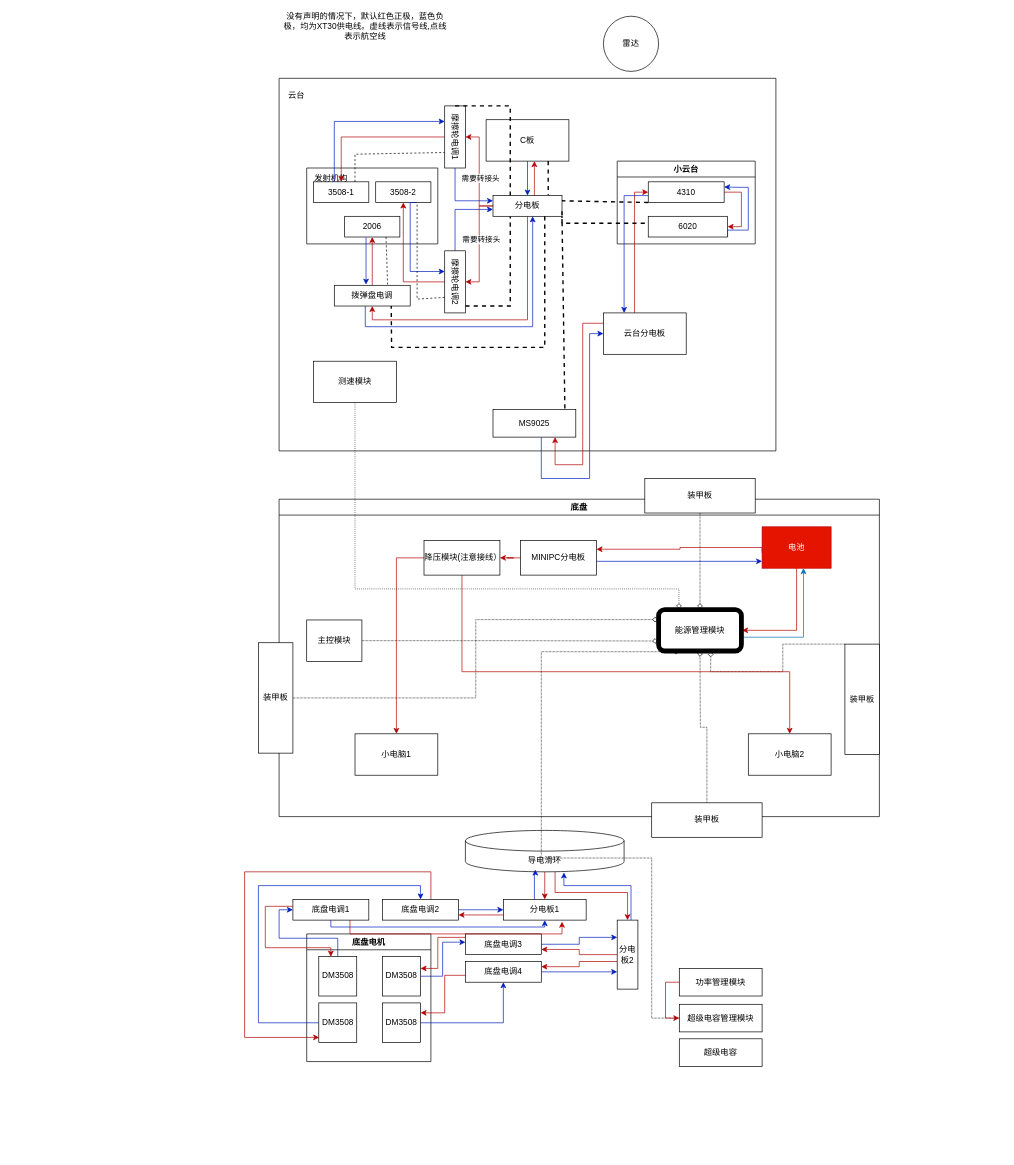
Earlier version of the draw.io diagram 步兵接线图.drawio (moment-NEW/HDU_basic_framework). Source tidied: cells renumbered, new cells numbered last; positions are measured from the earlier drawing's top-left corner, leaving out a move shared by most shapes. Both pictures are drawn from the tidied source at 69%, with x=0, y=0 at pixel (244, 16).
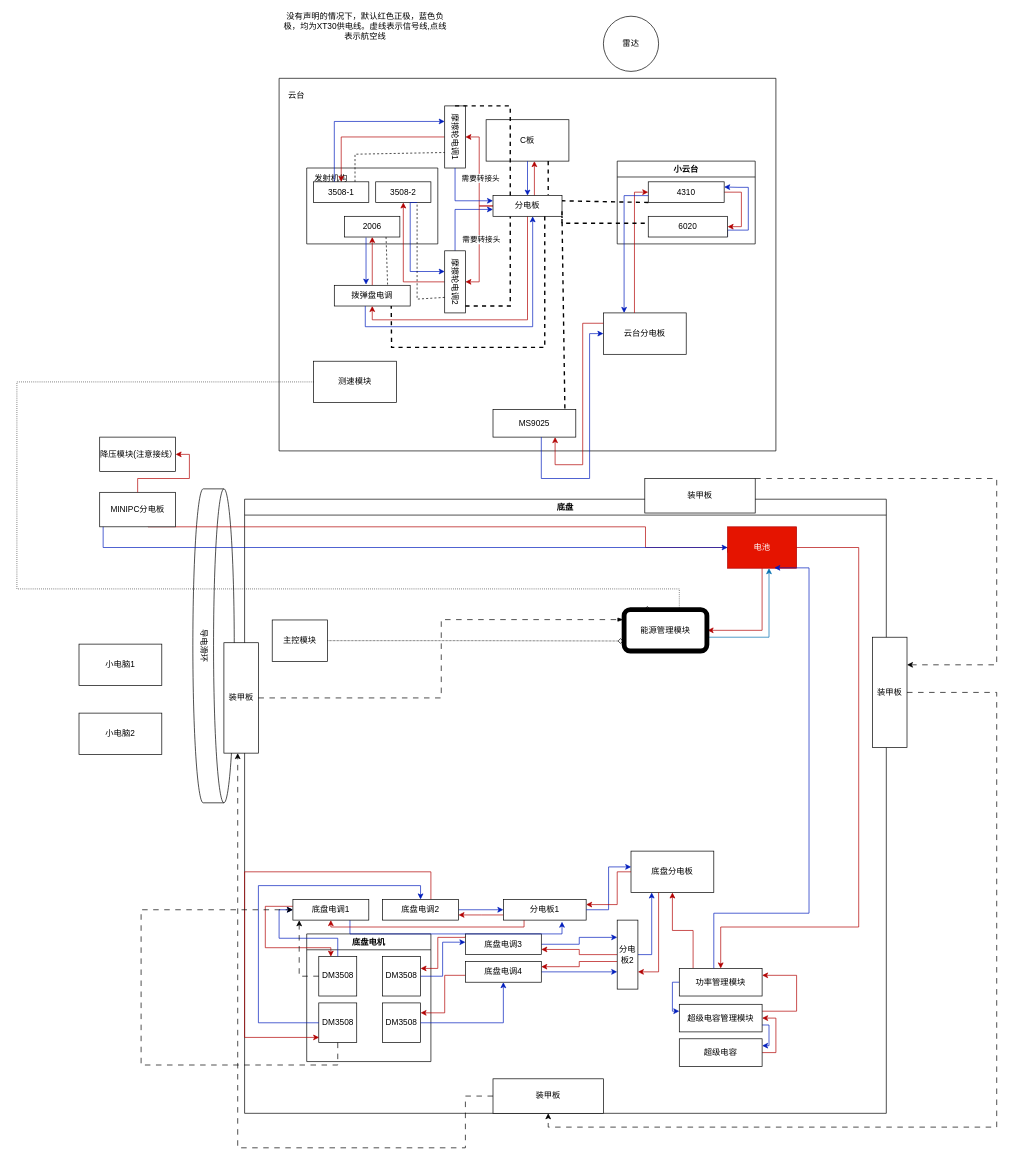
The same diagram, later.

Commit message (it also covers changes not shown here):
更新步兵接线图.drawio

The change refers to these unchanged cells:
```xml
<mxCell id="34" value="测速模块" style="whiteSpace=wrap;html=1;" parent="5" vertex="1">
  <mxGeometry x="50" y="410" width="120" height="60" as="geometry" />
</mxCell>
<mxCell id="58" value="电池" style="whiteSpace=wrap;html=1;fillColor=#e51400;fontColor=#ffffff;strokeColor=#B20000;" parent="55" vertex="1">
  <mxGeometry x="700" y="40" width="100" height="60" as="geometry" />
</mxCell>
<mxCell id="63" value="能源管理模块" style="rounded=1;whiteSpace=wrap;html=1;glass=0;strokeWidth=7;perimeterSpacing=1;" parent="55" vertex="1">
  <mxGeometry x="550" y="160" width="120" height="60" as="geometry" />
</mxCell>
<mxCell id="69" value="装甲板" style="whiteSpace=wrap;html=1;" parent="55" vertex="1">
  <mxGeometry x="-30" y="208" width="50" height="160" as="geometry" />
</mxCell>
<mxCell id="78" value="装甲板" style="whiteSpace=wrap;html=1;" parent="1" vertex="1">
  <mxGeometry x="580" y="670" width="160" height="50" as="geometry" />
</mxCell>
<mxCell id="81" value="DM3508" style="whiteSpace=wrap;html=1;" parent="80" vertex="1">
  <mxGeometry x="17.5" y="32.5" width="55" height="57.5" as="geometry" />
</mxCell>
<mxCell id="83" value="DM3508" style="whiteSpace=wrap;html=1;" parent="80" vertex="1">
  <mxGeometry x="17.5" y="100" width="55" height="57.5" as="geometry" />
</mxCell>
<mxCell id="95" value="底盘电调1" style="whiteSpace=wrap;html=1;" parent="1" vertex="1">
  <mxGeometry x="70" y="1280" width="110" height="30" as="geometry" />
</mxCell>
<mxCell id="102" value="分电板2" style="whiteSpace=wrap;html=1;" parent="1" vertex="1">
  <mxGeometry x="540" y="1310" width="30" height="100" as="geometry" />
</mxCell>
<mxCell id="107" value="分电板1" style="whiteSpace=wrap;html=1;" parent="1" vertex="1">
  <mxGeometry x="375" y="1280" width="120" height="30" as="geometry" />
</mxCell>
<mxCell id="111" value="超级电容" style="whiteSpace=wrap;html=1;" parent="1" vertex="1">
  <mxGeometry x="630" y="1482" width="120" height="40" as="geometry" />
</mxCell>
<mxCell id="112" value="超级电容管理模块" style="whiteSpace=wrap;html=1;" parent="1" vertex="1">
  <mxGeometry x="630" y="1432" width="120" height="40" as="geometry" />
</mxCell>
<mxCell id="113" value="功率管理模块" style="rounded=0;whiteSpace=wrap;html=1;" parent="1" vertex="1">
  <mxGeometry x="630" y="1380" width="120" height="40" as="geometry" />
</mxCell>
```

What changed in the source:
```diff
@@
-    <mxCell id="2" style="edgeStyle=orthogonalEdgeStyle;rounded=0;jettySize=auto;html=1;entryX=0.5;entryY=0;entryDx=0;entryDy=0;fillColor=#e51400;strokeColor=#B20000;" parent="1" edge="1" source="4" target="107">
-      <mxGeometry relative="1" as="geometry" />
-    </mxCell>
-    <mxCell id="3" style="edgeStyle=orthogonalEdgeStyle;rounded=0;jettySize=auto;html=1;fillColor=#e51400;strokeColor=#B20000;" parent="1" edge="1" source="4" target="102">
-      <mxGeometry relative="1" as="geometry">
-        <Array as="points">
-          <mxPoint x="450" y="1270" />
-          <mxPoint x="555" y="1270" />
-        </Array>
-      </mxGeometry>
-    </mxCell>
-    <mxCell id="4" value="导电滑环" style="shape=cylinder3;whiteSpace=wrap;html=1;boundedLbl=1;backgroundOutline=1;size=15;" parent="1" vertex="1">
-      <mxGeometry x="320" y="1180" width="230" height="60" as="geometry" />
+    <mxCell id="4" value="导电滑环" style="shape=cylinder3;whiteSpace=wrap;html=1;boundedLbl=1;backgroundOutline=1;size=15;rotation=90;" parent="1" vertex="1">
+      <mxGeometry x="-272.5" y="882.5" width="455" height="60" as="geometry" />
     </mxCell>
@@
     <mxCell id="55" value="底盘" style="swimlane;whiteSpace=wrap;html=1;" parent="1" vertex="1">
-      <mxGeometry x="50" y="700" width="870" height="460" as="geometry" />
+      <mxGeometry y="700" width="930" height="890" as="geometry" />
     </mxCell>
     <mxCell id="56" style="edgeStyle=orthogonalEdgeStyle;rounded=0;jettySize=auto;html=1;entryX=1;entryY=0.25;entryDx=0;entryDy=0;fillColor=#e51400;strokeColor=#B20000;" parent="55" edge="1" target="61">
       <mxGeometry relative="1" as="geometry">
         <mxPoint x="700" y="77.5" as="sourcePoint" />
         <Array as="points">
           <mxPoint x="700" y="70" />
           <mxPoint x="581" y="70" />
-          <mxPoint x="581" y="73" />
+          <mxPoint x="581" y="40" />
+          <mxPoint x="-140" y="40" />
+          <mxPoint x="-140" y="2" />
         </Array>
       </mxGeometry>
     </mxCell>
@@
-    <mxCell id="59" style="edgeStyle=orthogonalEdgeStyle;rounded=0;jettySize=auto;html=1;fillColor=#0050ef;strokeColor=#001DBC;" parent="55" edge="1" source="61">
+    <mxCell id="59" style="edgeStyle=orthogonalEdgeStyle;rounded=0;orthogonalLoop=1;jettySize=auto;html=1;fillColor=#0050ef;strokeColor=#001DBC;" parent="55" edge="1">
       <mxGeometry relative="1" as="geometry">
-        <mxPoint x="700" y="90" as="targetPoint" />
+        <mxPoint x="-205" y="20" as="sourcePoint" />
+        <mxPoint x="700" y="70" as="targetPoint" />
         <Array as="points">
-          <mxPoint x="700" y="90" />
+          <mxPoint x="700" y="70" />
         </Array>
       </mxGeometry>
     </mxCell>
-    <mxCell id="60" style="edgeStyle=orthogonalEdgeStyle;rounded=0;jettySize=auto;html=1;entryX=1;entryY=0.5;entryDx=0;entryDy=0;fillColor=#e51400;strokeColor=#B20000;" parent="55" edge="1" source="61" target="75">
-      <mxGeometry relative="1" as="geometry" />
-    </mxCell>
-    <mxCell id="61" value="MINIPC分电板" style="whiteSpace=wrap;html=1;" parent="55" vertex="1">
-      <mxGeometry x="350" y="60" width="110" height="50" as="geometry" />
-    </mxCell>
@@
-    <mxCell id="66" style="edgeStyle=orthogonalEdgeStyle;rounded=0;jettySize=auto;html=1;dashed=1;dashPattern=1 1;endArrow=diamond;endFill=0;" parent="55" edge="1" source="79">
-      <mxGeometry relative="1" as="geometry">
-        <mxPoint x="610" y="220" as="targetPoint" />
-      </mxGeometry>
-    </mxCell>
-    <mxCell id="67" value="装甲板" style="whiteSpace=wrap;html=1;" parent="55" vertex="1">
-      <mxGeometry x="820" y="210" width="50" height="160" as="geometry" />
-    </mxCell>
-    <mxCell id="68" style="edgeStyle=orthogonalEdgeStyle;rounded=0;jettySize=auto;html=1;entryX=0.627;entryY=0.996;entryDx=0;entryDy=0;dashed=1;dashPattern=1 1;endArrow=diamond;endFill=0;entryPerimeter=0;" parent="55" edge="1" source="67" target="63">
-      <mxGeometry relative="1" as="geometry">
-        <Array as="points">
-          <mxPoint x="730" y="210" />
-          <mxPoint x="730" y="250" />
-          <mxPoint x="626" y="250" />
-        </Array>
-      </mxGeometry>
-    </mxCell>
@@
-    <mxCell id="70" style="edgeStyle=orthogonalEdgeStyle;rounded=0;jettySize=auto;html=1;entryX=0;entryY=0.25;entryDx=0;entryDy=0;endArrow=diamond;endFill=0;dashed=1;dashPattern=1 1;exitX=1;exitY=0.5;exitDx=0;exitDy=0;" parent="55" edge="1" source="69" target="63">
+    <mxCell id="70" style="edgeStyle=orthogonalEdgeStyle;rounded=0;jettySize=auto;html=1;entryX=0;entryY=0.25;entryDx=0;entryDy=0;endArrow=blockThin;endFill=1;dashed=1;dashPattern=8 8;exitX=1;exitY=0.5;exitDx=0;exitDy=0;" parent="55" edge="1" source="69" target="63">
       <mxGeometry relative="1" as="geometry" />
     </mxCell>
-    <mxCell id="71" value="小电脑1" style="whiteSpace=wrap;html=1;" parent="55" vertex="1">
-      <mxGeometry x="110" y="340" width="120" height="60" as="geometry" />
-    </mxCell>
-    <mxCell id="72" value="小电脑2" style="whiteSpace=wrap;html=1;" parent="55" vertex="1">
-      <mxGeometry x="680" y="340" width="120" height="60" as="geometry" />
-    </mxCell>
-    <mxCell id="73" style="edgeStyle=orthogonalEdgeStyle;rounded=0;jettySize=auto;html=1;entryX=0.5;entryY=0;entryDx=0;entryDy=0;fillColor=#e51400;strokeColor=#B20000;" parent="55" edge="1" source="75" target="71">
-      <mxGeometry relative="1" as="geometry">
-        <Array as="points">
-          <mxPoint x="170" y="85" />
-        </Array>
-      </mxGeometry>
-    </mxCell>
-    <mxCell id="74" style="edgeStyle=orthogonalEdgeStyle;rounded=0;jettySize=auto;html=1;entryX=0.5;entryY=0;entryDx=0;entryDy=0;exitX=0.5;exitY=1;exitDx=0;exitDy=0;fillColor=#e51400;strokeColor=#B20000;" parent="55" edge="1" source="75" target="72">
-      <mxGeometry relative="1" as="geometry">
-        <Array as="points">
-          <mxPoint x="265" y="250" />
-          <mxPoint x="740" y="250" />
-        </Array>
-      </mxGeometry>
-    </mxCell>
-    <mxCell id="75" value="降压模块(注意接线）" style="whiteSpace=wrap;html=1;" parent="55" vertex="1">
-      <mxGeometry x="210" y="60" width="110" height="50" as="geometry" />
-    </mxCell>
+    <mxCell id="116" style="edgeStyle=orthogonalEdgeStyle;rounded=0;jettySize=auto;html=1;exitX=0;exitY=0.5;exitDx=0;exitDy=0;dashed=1;dashPattern=8 8;" parent="55" edge="1" source="79" target="69">
+      <mxGeometry relative="1" as="geometry">
+        <Array as="points">
+          <mxPoint x="320" y="865" />
+          <mxPoint x="320" y="940" />
+          <mxPoint x="-10" y="940" />
+        </Array>
+      </mxGeometry>
+    </mxCell>
+    <mxCell id="79" value="装甲板" style="whiteSpace=wrap;html=1;" parent="55" vertex="1">
+      <mxGeometry x="360" y="840" width="160" height="50" as="geometry" />
+    </mxCell>
+    <mxCell id="117" value="底盘分电板" style="whiteSpace=wrap;html=1;" parent="55" vertex="1">
+      <mxGeometry x="560" y="510" width="120" height="60" as="geometry" />
+    </mxCell>
@@
-    <mxCell id="77" style="edgeStyle=orthogonalEdgeStyle;rounded=0;jettySize=auto;html=1;dashed=1;dashPattern=1 1;endArrow=diamond;endFill=0;" parent="1" edge="1" source="78" target="63">
-      <mxGeometry relative="1" as="geometry" />
-    </mxCell>
+    <mxCell id="118" style="edgeStyle=orthogonalEdgeStyle;rounded=0;jettySize=auto;html=1;entryX=1;entryY=0.25;entryDx=0;entryDy=0;exitX=1;exitY=0;exitDx=0;exitDy=0;dashed=1;dashPattern=8 8;" parent="1" edge="1" source="78" target="67">
+      <mxGeometry relative="1" as="geometry">
+        <Array as="points">
+          <mxPoint x="1090" y="670" />
+          <mxPoint x="1090" y="940" />
+        </Array>
+      </mxGeometry>
+    </mxCell>
@@
-    <mxCell id="79" value="装甲板" style="whiteSpace=wrap;html=1;" parent="1" vertex="1">
-      <mxGeometry x="590" y="1140" width="160" height="50" as="geometry" />
-    </mxCell>
@@
-    <mxCell id="93" style="edgeStyle=orthogonalEdgeStyle;rounded=0;jettySize=auto;html=1;entryX=0.5;entryY=1;entryDx=0;entryDy=0;exitX=0.5;exitY=1;exitDx=0;exitDy=0;fillColor=#0050ef;strokeColor=#001DBC;" parent="1" edge="1" source="95" target="107">
-      <mxGeometry relative="1" as="geometry">
-        <Array as="points">
-          <mxPoint x="125" y="1320" />
-          <mxPoint x="435" y="1320" />
-        </Array>
-      </mxGeometry>
-    </mxCell>
-    <mxCell id="94" style="edgeStyle=orthogonalEdgeStyle;rounded=0;orthogonalLoop=1;jettySize=auto;html=1;entryX=0.707;entryY=1.076;entryDx=0;entryDy=0;exitX=0.75;exitY=1;exitDx=0;exitDy=0;entryPerimeter=0;fillColor=#e51400;strokeColor=#B20000;" parent="1" edge="1">
+    <mxCell id="94" style="edgeStyle=orthogonalEdgeStyle;rounded=0;orthogonalLoop=1;jettySize=auto;html=1;entryX=0.707;entryY=1.076;entryDx=0;entryDy=0;exitX=0.75;exitY=1;exitDx=0;exitDy=0;entryPerimeter=0;fillColor=#0050ef;strokeColor=#001DBC;" parent="1" edge="1">
       <mxGeometry relative="1" as="geometry">
         <mxPoint x="152.7" y="1310" as="sourcePoint" />
         <mxPoint x="460" y="1312.3" as="targetPoint" />
         <Array as="points">
           <mxPoint x="153" y="1330" />
           <mxPoint x="460" y="1330" />
         </Array>
       </mxGeometry>
     </mxCell>
@@
     <mxCell id="99" style="edgeStyle=orthogonalEdgeStyle;rounded=0;jettySize=auto;html=1;entryX=0.25;entryY=0;entryDx=0;entryDy=0;dashed=1;dashPattern=1 2;endArrow=diamond;endFill=0;" parent="1" edge="1" source="34" target="63">
       <mxGeometry relative="1" as="geometry">
         <Array as="points">
-          <mxPoint x="160" y="830" />
+          <mxPoint x="-330" y="530" />
+          <mxPoint x="-330" y="830" />
           <mxPoint x="630" y="830" />
         </Array>
       </mxGeometry>
     </mxCell>
@@
+    <mxCell id="119" style="edgeStyle=orthogonalEdgeStyle;rounded=0;jettySize=auto;html=1;exitX=1;exitY=0.5;exitDx=0;exitDy=0;fillColor=#0050ef;strokeColor=#001DBC;" parent="1" edge="1" source="102">
+      <mxGeometry relative="1" as="geometry">
+        <mxPoint x="590" y="1270" as="targetPoint" />
+        <Array as="points">
+          <mxPoint x="590" y="1360" />
+          <mxPoint x="590" y="1270" />
+        </Array>
+      </mxGeometry>
+    </mxCell>
@@
+    <mxCell id="120" style="edgeStyle=orthogonalEdgeStyle;rounded=0;jettySize=auto;html=1;entryX=0.5;entryY=1;entryDx=0;entryDy=0;exitX=0.25;exitY=1;exitDx=0;exitDy=0;fillColor=#e51400;strokeColor=#B20000;" parent="1" edge="1" source="107" target="95">
+      <mxGeometry relative="1" as="geometry">
+        <Array as="points">
+          <mxPoint x="405" y="1320" />
+          <mxPoint x="125" y="1320" />
+        </Array>
+      </mxGeometry>
+    </mxCell>
@@
-    <mxCell id="108" style="edgeStyle=orthogonalEdgeStyle;rounded=0;jettySize=auto;html=1;entryX=0.441;entryY=0.947;entryDx=0;entryDy=0;entryPerimeter=0;fillColor=#0050ef;strokeColor=#001DBC;" parent="1" edge="1" source="107" target="4">
-      <mxGeometry relative="1" as="geometry">
-        <Array as="points">
-          <mxPoint x="420" y="1240" />
-          <mxPoint x="421" y="1240" />
-        </Array>
-      </mxGeometry>
-    </mxCell>
-    <mxCell id="109" style="edgeStyle=orthogonalEdgeStyle;rounded=0;jettySize=auto;html=1;entryX=0.621;entryY=1.015;entryDx=0;entryDy=0;entryPerimeter=0;fillColor=#0050ef;strokeColor=#001DBC;" parent="1" edge="1" source="102" target="4">
-      <mxGeometry relative="1" as="geometry">
-        <Array as="points">
-          <mxPoint x="560" y="1260" />
-          <mxPoint x="463" y="1260" />
-        </Array>
-      </mxGeometry>
-    </mxCell>
@@
+    <mxCell id="121" style="edgeStyle=orthogonalEdgeStyle;rounded=0;jettySize=auto;html=1;entryX=1;entryY=0.5;entryDx=0;entryDy=0;exitX=1;exitY=0.5;exitDx=0;exitDy=0;fillColor=#e51400;strokeColor=#B20000;" parent="1" edge="1" source="111" target="112">
+      <mxGeometry relative="1" as="geometry" />
+    </mxCell>
@@
+    <mxCell id="122" style="edgeStyle=orthogonalEdgeStyle;rounded=0;orthogonalLoop=1;jettySize=auto;html=1;entryX=1;entryY=0.5;entryDx=0;entryDy=0;fillColor=#e51400;strokeColor=#B20000;" parent="1" edge="1">
+      <mxGeometry relative="1" as="geometry">
+        <mxPoint x="750" y="1442" as="sourcePoint" />
+        <mxPoint x="750" y="1390" as="targetPoint" />
+        <Array as="points">
+          <mxPoint x="800" y="1442" />
+          <mxPoint x="800" y="1390" />
+        </Array>
+      </mxGeometry>
+    </mxCell>
+    <mxCell id="123" style="edgeStyle=orthogonalEdgeStyle;rounded=0;jettySize=auto;html=1;entryX=1;entryY=0.25;entryDx=0;entryDy=0;exitX=1;exitY=0.75;exitDx=0;exitDy=0;fillColor=#0050ef;strokeColor=#001DBC;" parent="1" edge="1" source="112" target="111">
+      <mxGeometry relative="1" as="geometry">
+        <Array as="points">
+          <mxPoint x="760" y="1462" />
+          <mxPoint x="760" y="1492" />
+        </Array>
+      </mxGeometry>
+    </mxCell>
@@
+    <mxCell id="115" style="edgeStyle=orthogonalEdgeStyle;rounded=0;jettySize=auto;html=1;entryX=0;entryY=0.25;entryDx=0;entryDy=0;fillColor=#0050ef;strokeColor=#001DBC;" parent="1" edge="1" source="113" target="112">
+      <mxGeometry relative="1" as="geometry">
+        <Array as="points">
+          <mxPoint x="620" y="1400" />
+          <mxPoint x="620" y="1442" />
+        </Array>
+      </mxGeometry>
+    </mxCell>
+    <mxCell id="124" style="edgeStyle=orthogonalEdgeStyle;rounded=0;jettySize=auto;html=1;entryX=0.5;entryY=1;entryDx=0;entryDy=0;fillColor=#e51400;strokeColor=#B20000;" parent="1" edge="1" source="113" target="117">
+      <mxGeometry relative="1" as="geometry">
+        <Array as="points">
+          <mxPoint x="650" y="1325" />
+          <mxPoint x="620" y="1325" />
+        </Array>
+      </mxGeometry>
+    </mxCell>
@@
-    <mxCell id="114" style="edgeStyle=orthogonalEdgeStyle;rounded=0;jettySize=auto;html=1;entryX=0.25;entryY=1;entryDx=0;entryDy=0;dashed=1;dashPattern=1 1;endArrow=diamond;endFill=0;" parent="1" edge="1" source="112" target="63">
-      <mxGeometry relative="1" as="geometry">
-        <Array as="points">
-          <mxPoint x="590" y="1452" />
-          <mxPoint x="590" y="1220" />
-          <mxPoint x="430" y="1220" />
-          <mxPoint x="430" y="921" />
-        </Array>
-      </mxGeometry>
-    </mxCell>
-    <mxCell id="115" style="edgeStyle=orthogonalEdgeStyle;rounded=0;jettySize=auto;html=1;entryX=0;entryY=0.5;entryDx=0;entryDy=0;exitX=0;exitY=0.5;exitDx=0;exitDy=0;fillColor=#e51400;strokeColor=#B20000;" parent="1" edge="1" source="113" target="112">
-      <mxGeometry relative="1" as="geometry" />
-    </mxCell>
+    <mxCell id="71" value="小电脑1" style="whiteSpace=wrap;html=1;" parent="1" vertex="1">
+      <mxGeometry x="-240" y="910" width="120" height="60" as="geometry" />
+    </mxCell>
+    <mxCell id="72" value="小电脑2" style="whiteSpace=wrap;html=1;" parent="1" vertex="1">
+      <mxGeometry x="-240" y="1010" width="120" height="60" as="geometry" />
+    </mxCell>
+    <mxCell id="125" style="edgeStyle=orthogonalEdgeStyle;rounded=0;jettySize=auto;html=1;fillColor=#e51400;strokeColor=#B20000;" parent="1" edge="1" source="58">
+      <mxGeometry relative="1" as="geometry">
+        <mxPoint x="690" y="1380" as="targetPoint" />
+        <Array as="points">
+          <mxPoint x="890" y="770" />
+          <mxPoint x="890" y="1320" />
+          <mxPoint x="690" y="1320" />
+        </Array>
+      </mxGeometry>
+    </mxCell>
+    <mxCell id="126" style="edgeStyle=orthogonalEdgeStyle;rounded=0;jettySize=auto;html=1;entryX=0.677;entryY=0.991;entryDx=0;entryDy=0;entryPerimeter=0;fillColor=#0050ef;strokeColor=#001DBC;" parent="1" edge="1" source="113" target="58">
+      <mxGeometry relative="1" as="geometry">
+        <Array as="points">
+          <mxPoint x="680" y="1300" />
+          <mxPoint x="818" y="1300" />
+        </Array>
+      </mxGeometry>
+    </mxCell>
+    <mxCell id="61" value="MINIPC分电板" style="whiteSpace=wrap;html=1;" parent="1" vertex="1">
+      <mxGeometry x="-210" y="690" width="110" height="50" as="geometry" />
+    </mxCell>
+    <mxCell id="60" style="edgeStyle=orthogonalEdgeStyle;rounded=0;jettySize=auto;html=1;entryX=1;entryY=0.5;entryDx=0;entryDy=0;fillColor=#e51400;strokeColor=#B20000;" parent="1" edge="1" source="61" target="75">
+      <mxGeometry relative="1" as="geometry" />
+    </mxCell>
+    <mxCell id="75" value="降压模块(注意接线）" style="whiteSpace=wrap;html=1;" parent="1" vertex="1">
+      <mxGeometry x="-210" y="610" width="110" height="50" as="geometry" />
+    </mxCell>
+    <mxCell id="127" style="edgeStyle=orthogonalEdgeStyle;rounded=0;jettySize=auto;html=1;entryX=0.5;entryY=1;entryDx=0;entryDy=0;dashed=1;dashPattern=8 8;" parent="1" edge="1" source="67" target="79">
+      <mxGeometry relative="1" as="geometry">
+        <Array as="points">
+          <mxPoint x="1090" y="980" />
+          <mxPoint x="1090" y="1610" />
+          <mxPoint x="440" y="1610" />
+        </Array>
+      </mxGeometry>
+    </mxCell>
+    <mxCell id="67" value="装甲板" style="whiteSpace=wrap;html=1;" parent="1" vertex="1">
+      <mxGeometry x="910" y="900" width="50" height="160" as="geometry" />
+    </mxCell>
+    <mxCell id="128" style="edgeStyle=orthogonalEdgeStyle;rounded=0;jettySize=auto;html=1;entryX=0;entryY=0.5;entryDx=0;entryDy=0;dashed=1;dashPattern=8 8;" parent="1" edge="1" source="83" target="95">
+      <mxGeometry relative="1" as="geometry">
+        <Array as="points">
+          <mxPoint x="135" y="1520" />
+          <mxPoint x="-150" y="1520" />
+          <mxPoint x="-150" y="1295" />
+        </Array>
+      </mxGeometry>
+    </mxCell>
+    <mxCell id="129" style="edgeStyle=orthogonalEdgeStyle;rounded=0;jettySize=auto;html=1;entryX=0.083;entryY=1.01;entryDx=0;entryDy=0;entryPerimeter=0;exitX=0;exitY=0.5;exitDx=0;exitDy=0;dashed=1;dashPattern=8 8;" parent="1" edge="1" source="81" target="95">
+      <mxGeometry relative="1" as="geometry" />
+    </mxCell>
+    <mxCell id="130" style="edgeStyle=orthogonalEdgeStyle;rounded=0;jettySize=auto;html=1;entryX=0.002;entryY=0.381;entryDx=0;entryDy=0;entryPerimeter=0;fillColor=#0050ef;strokeColor=#001DBC;" parent="1" edge="1" source="107" target="117">
+      <mxGeometry relative="1" as="geometry" />
+    </mxCell>
+    <mxCell id="131" style="edgeStyle=orthogonalEdgeStyle;rounded=0;jettySize=auto;html=1;entryX=1;entryY=0.25;entryDx=0;entryDy=0;fillColor=#e51400;strokeColor=#B20000;" parent="1" edge="1" source="117" target="107">
+      <mxGeometry relative="1" as="geometry">
+        <Array as="points">
+          <mxPoint x="540" y="1240" />
+          <mxPoint x="540" y="1288" />
+        </Array>
+      </mxGeometry>
+    </mxCell>
+    <mxCell id="132" style="edgeStyle=orthogonalEdgeStyle;rounded=0;jettySize=auto;html=1;entryX=1;entryY=0.75;entryDx=0;entryDy=0;fillColor=#e51400;strokeColor=#B20000;" parent="1" edge="1" source="117" target="102">
+      <mxGeometry relative="1" as="geometry">
+        <Array as="points">
+          <mxPoint x="600" y="1385" />
+        </Array>
+      </mxGeometry>
+    </mxCell>
```
